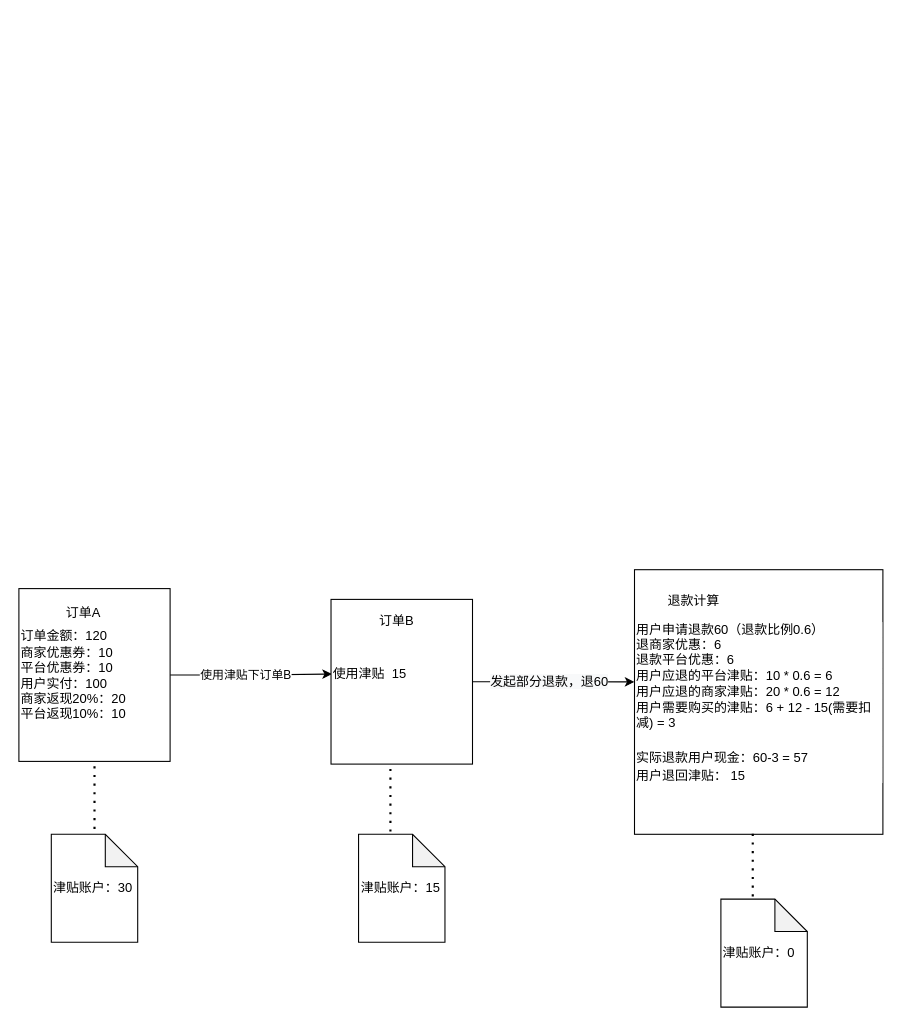
Above: page "Page-16" (11 of 27) of Untitled Diagram.drawio in zengcrvip/basedemo (draw.io), before the change. Source tidied: cells renumbered, new cells numbered last; positions are measured from the earlier drawing's top-left corner, leaving out a move shared by most shapes. Both pictures are drawn from the tidied source at 108%, with x=0, y=0 at pixel (18, 569).
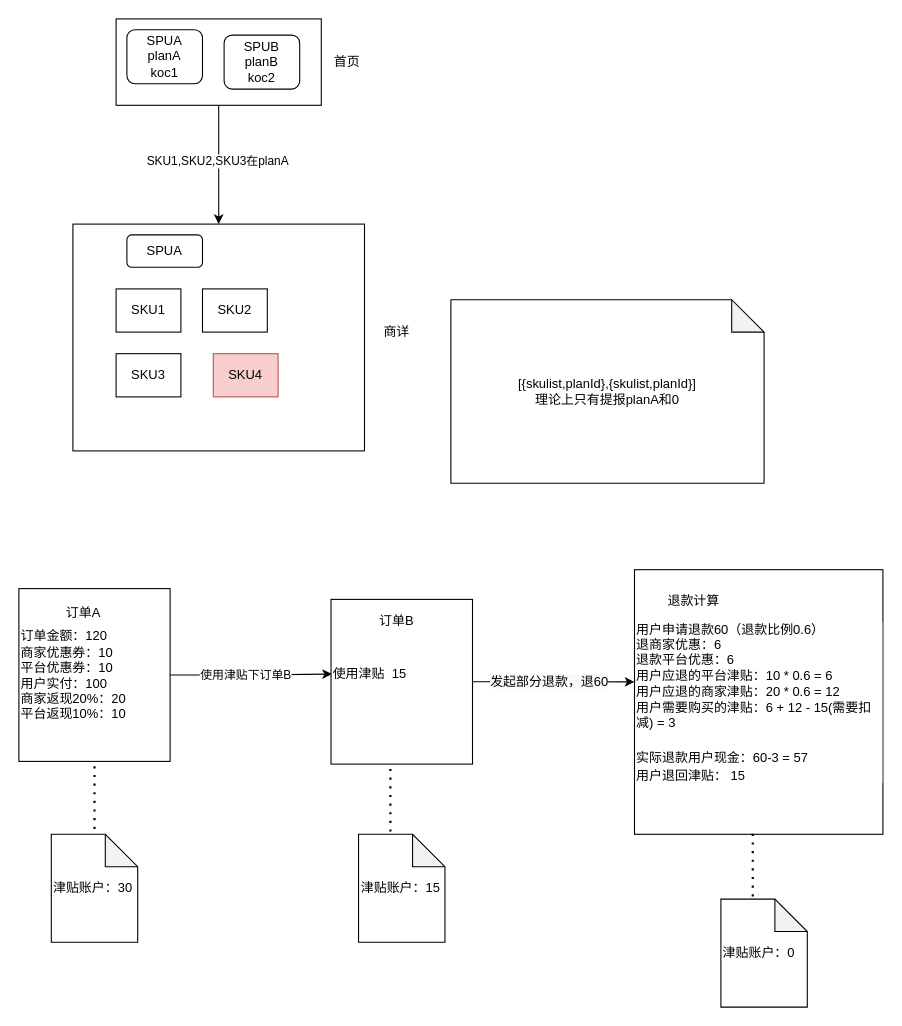
Above is the later version.

Change to the diagram source:
```diff
@@
+    <mxCell id="18" style="edgeStyle=orthogonalEdgeStyle;rounded=0;jettySize=auto;html=1;" parent="1" edge="1" source="20" target="23">
+      <mxGeometry relative="1" as="geometry" />
+    </mxCell>
+    <mxCell id="19" value="SKU1,SKU2,SKU3在planA" style="edgeLabel;html=1;align=center;verticalAlign=middle;" parent="18" vertex="1">
+      <mxGeometry x="-0.07" y="-2" relative="1" as="geometry" />
+    </mxCell>
+    <mxCell id="20" style="rounded=0;whiteSpace=wrap;html=1;" parent="1" vertex="1">
+      <mxGeometry x="90" y="-510" width="190" height="80" as="geometry" />
+    </mxCell>
+    <mxCell id="21" value="首页" style="text;html=1;strokeColor=none;fillColor=none;align=center;verticalAlign=middle;whiteSpace=wrap;rounded=0;" parent="1" vertex="1">
+      <mxGeometry x="284" y="-480" width="40" height="20" as="geometry" />
+    </mxCell>
+    <mxCell id="22" value="SPUA&lt;br&gt;planA&lt;br&gt;koc1" style="rounded=1;whiteSpace=wrap;html=1;" parent="1" vertex="1">
+      <mxGeometry x="100" y="-500" width="70" height="50" as="geometry" />
+    </mxCell>
+    <mxCell id="23" style="rounded=0;whiteSpace=wrap;html=1;" parent="1" vertex="1">
+      <mxGeometry x="50" y="-320" width="270" height="210" as="geometry" />
+    </mxCell>
+    <mxCell id="24" value="商详" style="text;html=1;strokeColor=none;fillColor=none;align=center;verticalAlign=middle;whiteSpace=wrap;rounded=0;" parent="1" vertex="1">
+      <mxGeometry x="330" y="-230" width="40" height="20" as="geometry" />
+    </mxCell>
+    <mxCell id="25" value="SKU1" style="rounded=0;whiteSpace=wrap;html=1;" parent="1" vertex="1">
+      <mxGeometry x="90" y="-260" width="60" height="40" as="geometry" />
+    </mxCell>
+    <mxCell id="26" value="SKU2" style="rounded=0;whiteSpace=wrap;html=1;" parent="1" vertex="1">
+      <mxGeometry x="170" y="-260" width="60" height="40" as="geometry" />
+    </mxCell>
+    <mxCell id="27" value="SKU3" style="rounded=0;whiteSpace=wrap;html=1;" parent="1" vertex="1">
+      <mxGeometry x="90" y="-200" width="60" height="40" as="geometry" />
+    </mxCell>
+    <mxCell id="28" value="SKU4" style="rounded=0;whiteSpace=wrap;html=1;fillColor=#f8cecc;strokeColor=#b85450;" parent="1" vertex="1">
+      <mxGeometry x="180" y="-200" width="60" height="40" as="geometry" />
+    </mxCell>
+    <mxCell id="29" value="SPUB&lt;br&gt;planB&lt;br&gt;koc2" style="rounded=1;whiteSpace=wrap;html=1;" parent="1" vertex="1">
+      <mxGeometry x="190" y="-495" width="70" height="50" as="geometry" />
+    </mxCell>
+    <mxCell id="30" value="SPUA&lt;br&gt;" style="rounded=1;whiteSpace=wrap;html=1;" parent="1" vertex="1">
+      <mxGeometry x="100" y="-310" width="70" height="30" as="geometry" />
+    </mxCell>
+    <mxCell id="31" value="&lt;span&gt;[{skulist,planId},{skulist,planId}]&lt;br&gt;理论上只有提报planA和0&lt;br&gt;&lt;/span&gt;" style="shape=note;whiteSpace=wrap;html=1;backgroundOutline=1;darkOpacity=0.05;" parent="1" vertex="1">
+      <mxGeometry x="400" y="-250" width="290" height="170" as="geometry" />
+    </mxCell>
```
